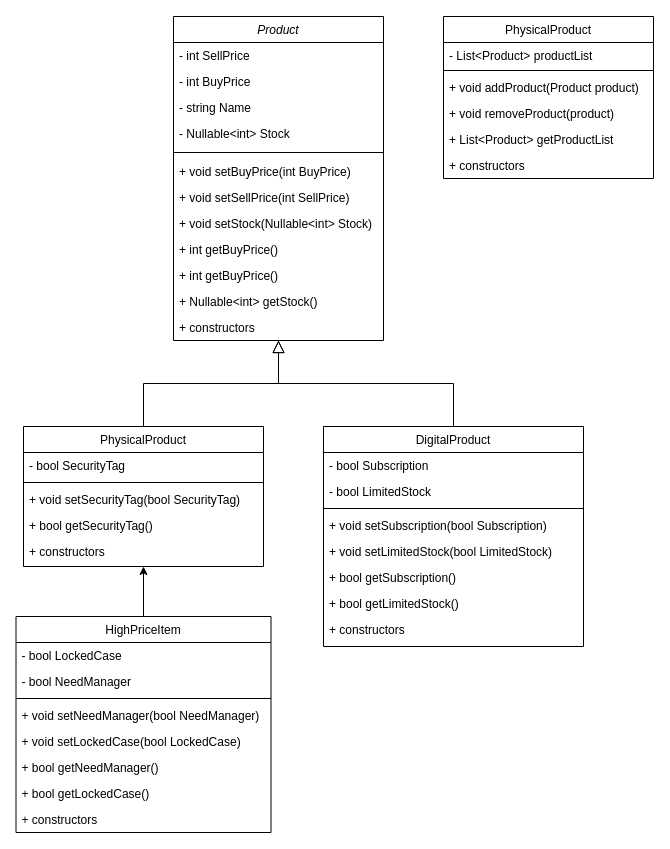
Before: classdiagram.drawio in milokv/storeinventorymanager, a draw.io diagram. Source tidied: cells renumbered, new cells numbered last; positions are measured from the earlier drawing's top-left corner, leaving out a move shared by most shapes. Both pictures are drawn from the tidied source at 100%, with x=0, y=0 at pixel (15, 16).
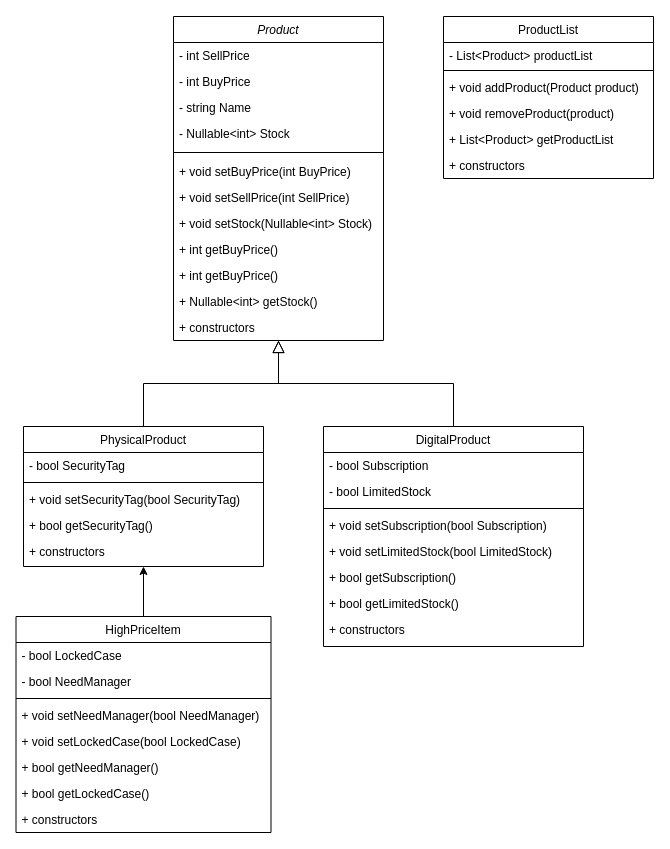
The same diagram, later.

Diff of the diagram source:
```diff
@@
-    <mxCell id="42" value="PhysicalProduct" style="swimlane;fontStyle=0;align=center;verticalAlign=top;horizontal=1;startSize=26;rounded=0;shadow=0;strokeWidth=1;" parent="1" vertex="1">
+    <mxCell id="42" value="ProductList" style="swimlane;fontStyle=0;align=center;verticalAlign=top;horizontal=1;startSize=26;rounded=0;shadow=0;strokeWidth=1;" parent="1" vertex="1">
       <mxGeometry x="428" width="210" height="162" as="geometry" />
     </mxCell>
```
